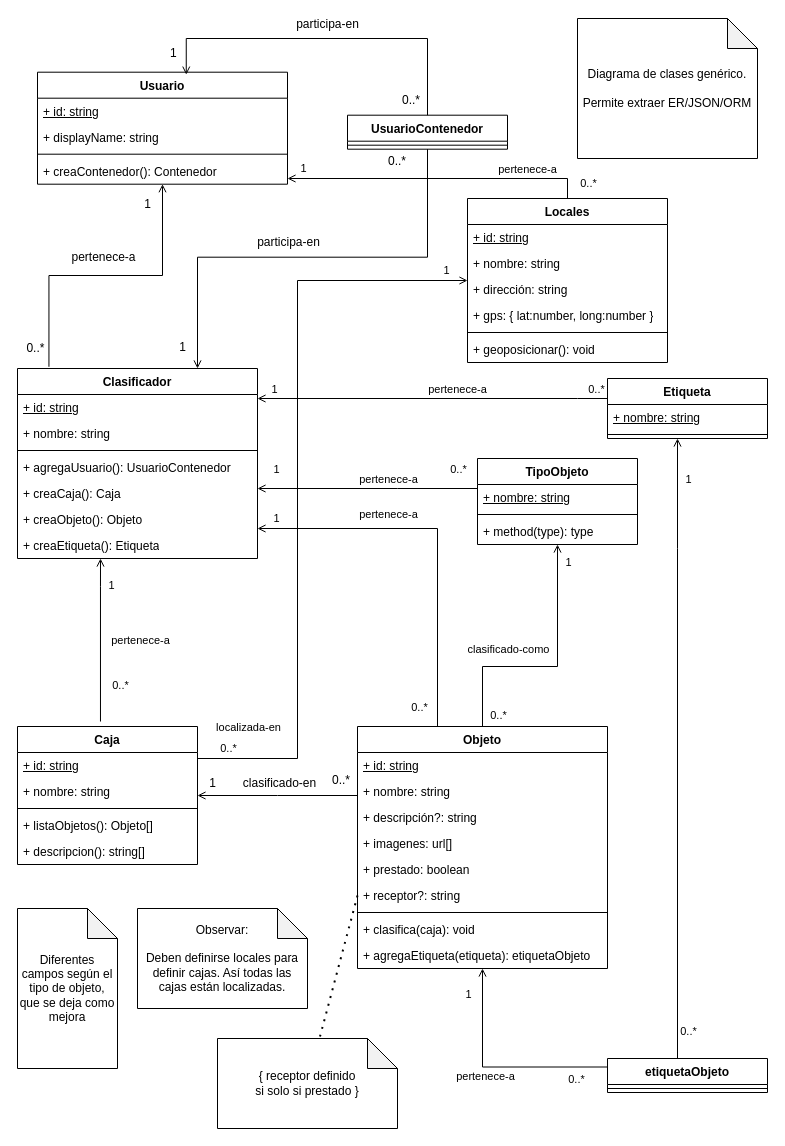
Above: doc/manifesto.drawio in raxware/ion-manifesto (draw.io), before the change. Source tidied: cells renumbered, new cells numbered last; positions are measured from the earlier drawing's top-left corner, leaving out a move shared by most shapes. Both pictures are drawn from the tidied source at 100%, with x=0, y=0 at pixel (17, 18).
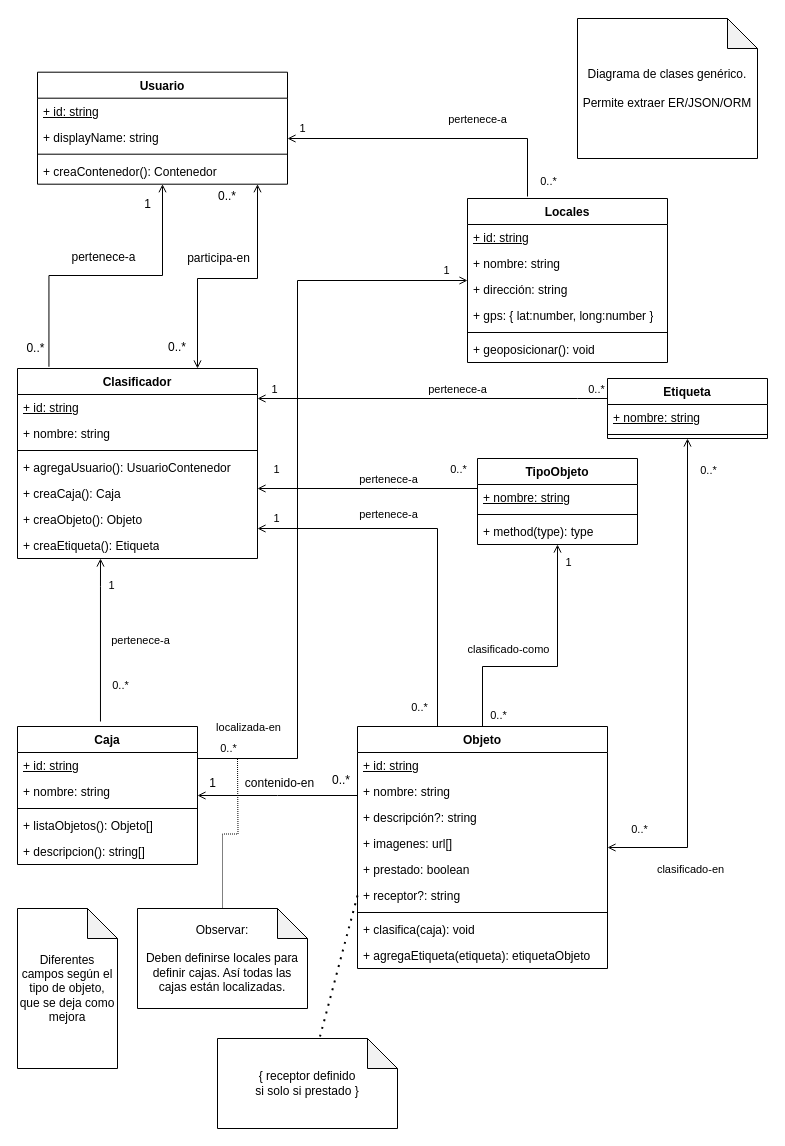
The same diagram, later.

Commit message (it also covers changes not shown here):
canvis reunió

Unchanged cells that the change refers to:
```xml
<mxCell id="2" value="Clasificador" style="swimlane;fontStyle=1;align=center;verticalAlign=top;horizontal=1;startSize=26;whiteSpace=wrap;html=1;" parent="1" vertex="1">
  <mxGeometry y="350" width="240" height="190" as="geometry" />
</mxCell>
<mxCell id="14" value="Objeto" style="swimlane;fontStyle=1;align=center;verticalAlign=top;horizontal=1;startSize=26;whiteSpace=wrap;html=1;" parent="1" vertex="1">
  <mxGeometry x="340" y="708" width="250" height="242" as="geometry" />
</mxCell>
<mxCell id="28" value="Usuario" style="swimlane;fontStyle=1;align=center;verticalAlign=top;horizontal=1;startSize=26;whiteSpace=wrap;html=1;" parent="1" vertex="1">
  <mxGeometry x="20" y="53.7" width="250" height="112" as="geometry" />
</mxCell>
<mxCell id="53" style="endArrow=open;shadow=0;strokeWidth=1;rounded=0;endFill=1;edgeStyle=elbowEdgeStyle;elbow=vertical;" parent="1" edge="1" source="14" target="47">
  <mxGeometry x="0.5" y="41" relative="1" as="geometry">
    <mxPoint x="-40" y="32" as="offset" />
  </mxGeometry>
</mxCell>
<mxCell id="65" value="Etiqueta" style="swimlane;fontStyle=1;align=center;verticalAlign=top;horizontal=1;startSize=26;whiteSpace=wrap;html=1;" parent="1" vertex="1">
  <mxGeometry x="590" y="360" width="160" height="60" as="geometry" />
</mxCell>
<mxCell id="95" value="Locales" style="swimlane;fontStyle=1;align=center;verticalAlign=top;horizontal=1;startSize=26;whiteSpace=wrap;html=1;" parent="1" vertex="1">
  <mxGeometry x="450" y="180" width="200" height="164" as="geometry" />
</mxCell>
<mxCell id="102" value="Observar:&lt;br&gt;&lt;br&gt;Deben definirse locales para definir cajas. Así todas las cajas están localizadas." style="shape=note;whiteSpace=wrap;html=1;backgroundOutline=1;darkOpacity=0.05;" parent="1" vertex="1">
  <mxGeometry x="120" y="890" width="170" height="100" as="geometry" />
</mxCell>
```

Change to the diagram source:
```diff
@@
-    <mxCell id="24" style="edgeStyle=orthogonalEdgeStyle;rounded=0;jettySize=auto;html=1;entryX=0.5;entryY=0;entryDx=0;entryDy=0;endArrow=none;endFill=0;startArrow=open;startFill=0;" parent="1" edge="1" source="28" target="95">
+    <mxCell id="24" style="edgeStyle=orthogonalEdgeStyle;rounded=0;jettySize=auto;html=1;entryX=0.3;entryY=-0.012;entryDx=0;entryDy=0;endArrow=none;endFill=0;startArrow=open;startFill=0;entryPerimeter=0;" parent="1" edge="1" source="28" target="95">
       <mxGeometry relative="1" as="geometry">
         <Array as="points">
-          <mxPoint x="550" y="160" />
+          <mxPoint x="510" y="120" />
         </Array>
       </mxGeometry>
     </mxCell>
@@
     <mxCell id="27" value="pertenece-a" style="edgeLabel;html=1;align=center;verticalAlign=middle;" parent="24" vertex="1">
       <mxGeometry x="-0.02" y="-1" relative="1" as="geometry">
-        <mxPoint x="92" y="-11" as="offset" />
+        <mxPoint x="43" y="-21" as="offset" />
       </mxGeometry>
     </mxCell>
@@
-    <mxCell id="37" value="UsuarioContenedor" style="swimlane;fontStyle=1;align=center;verticalAlign=top;horizontal=1;startSize=26;whiteSpace=wrap;html=1;" parent="1" vertex="1">
-      <mxGeometry x="330" y="96.7" width="160" height="34" as="geometry" />
-    </mxCell>
-    <mxCell id="38" style="line;strokeWidth=1;fillColor=none;align=left;verticalAlign=middle;spacingTop=-1;spacingLeft=3;spacingRight=3;labelPosition=right;strokeColor=inherit;" parent="37" vertex="1">
-      <mxGeometry y="26" width="160" height="8" as="geometry" />
-    </mxCell>
-    <mxCell id="39" style="endArrow=open;shadow=0;strokeWidth=1;rounded=0;endFill=1;edgeStyle=elbowEdgeStyle;elbow=vertical;entryX=0.595;entryY=0.022;entryDx=0;entryDy=0;exitX=0.5;exitY=0;exitDx=0;exitDy=0;entryPerimeter=0;" parent="1" edge="1" source="37" target="28">
-      <mxGeometry x="0.5" y="41" relative="1" as="geometry">
-        <Array as="points">
-          <mxPoint x="240" y="20" />
-        </Array>
-        <mxPoint x="-40" y="32" as="offset" />
-      </mxGeometry>
-    </mxCell>
-    <mxCell id="40" value="0..*" style="align=left;verticalAlign=bottom;labelBackgroundColor=none;fontSize=12;" parent="39" vertex="1">
-      <mxGeometry x="-1" relative="1" as="geometry">
-        <mxPoint x="-27" y="-7" as="offset" />
-      </mxGeometry>
-    </mxCell>
-    <mxCell id="41" value="1" style="align=right;verticalAlign=bottom;labelBackgroundColor=none;fontSize=12;" parent="39" vertex="1">
-      <mxGeometry x="1" relative="1" as="geometry">
-        <mxPoint x="-8" y="-13" as="offset" />
-      </mxGeometry>
-    </mxCell>
-    <mxCell id="42" value="participa-en" style="text;html=1;align=center;verticalAlign=middle;labelBackgroundColor=none;rounded=0;shadow=0;strokeWidth=1;fontSize=12;" parent="39" vertex="1">
-      <mxGeometry x="0.5" y="49" relative="1" as="geometry">
-        <mxPoint x="89" y="-64" as="offset" />
-      </mxGeometry>
-    </mxCell>
-    <mxCell id="43" style="endArrow=open;shadow=0;strokeWidth=1;rounded=0;endFill=1;edgeStyle=elbowEdgeStyle;elbow=vertical;entryX=0.75;entryY=0;entryDx=0;entryDy=0;exitX=0.5;exitY=1;exitDx=0;exitDy=0;" parent="1" edge="1" source="37" target="2">
+    <mxCell id="43" style="endArrow=open;shadow=0;strokeWidth=1;rounded=0;endFill=1;edgeStyle=elbowEdgeStyle;elbow=vertical;entryX=0.75;entryY=0;entryDx=0;entryDy=0;startArrow=open;startFill=0;" parent="1" edge="1" source="28" target="2">
       <mxGeometry x="0.5" y="41" relative="1" as="geometry">
         <Array as="points">
+          <mxPoint x="240" y="260" />
+          <mxPoint x="320" y="290" />
+          <mxPoint x="340" y="280" />
           <mxPoint x="364" y="238.7" />
         </Array>
         <mxPoint x="-40" y="32" as="offset" />
       </mxGeometry>
     </mxCell>
@@
-    <mxCell id="45" value="1" style="align=right;verticalAlign=bottom;labelBackgroundColor=none;fontSize=12;" parent="43" vertex="1">
+    <mxCell id="45" value="0..*" style="align=right;verticalAlign=bottom;labelBackgroundColor=none;fontSize=12;" parent="43" vertex="1">
       <mxGeometry x="1" relative="1" as="geometry">
         <mxPoint x="-10" y="-13" as="offset" />
       </mxGeometry>
     </mxCell>
     <mxCell id="46" value="participa-en" style="text;html=1;align=center;verticalAlign=middle;labelBackgroundColor=none;rounded=0;shadow=0;strokeWidth=1;fontSize=12;" parent="43" vertex="1">
       <mxGeometry x="0.5" y="49" relative="1" as="geometry">
-        <mxPoint x="89" y="-64" as="offset" />
+        <mxPoint x="-29" y="-49" as="offset" />
       </mxGeometry>
     </mxCell>
@@
-    <mxCell id="56" value="clasificado-en" style="text;html=1;align=center;verticalAlign=middle;labelBackgroundColor=none;rounded=0;shadow=0;strokeWidth=1;fontSize=12;" parent="53" vertex="1">
+    <mxCell id="56" value="contenido-en" style="text;html=1;align=center;verticalAlign=middle;labelBackgroundColor=none;rounded=0;shadow=0;strokeWidth=1;fontSize=12;" parent="53" vertex="1">
       <mxGeometry x="0.5" y="49" relative="1" as="geometry">
         <mxPoint x="41" y="-62" as="offset" />
       </mxGeometry>
     </mxCell>
@@
-    <mxCell id="72" style="edgeStyle=orthogonalEdgeStyle;rounded=0;jettySize=auto;html=1;endArrow=open;endFill=0;" parent="1" edge="1" source="75" target="65">
-      <mxGeometry relative="1" as="geometry">
-        <Array as="points">
-          <mxPoint x="660" y="530" />
-          <mxPoint x="660" y="530" />
-        </Array>
-      </mxGeometry>
-    </mxCell>
-    <mxCell id="73" value="0..*" style="edgeLabel;html=1;align=center;verticalAlign=middle;" parent="72" vertex="1">
-      <mxGeometry x="-0.91" relative="1" as="geometry">
-        <mxPoint x="10" as="offset" />
-      </mxGeometry>
-    </mxCell>
-    <mxCell id="74" value="1" style="edgeLabel;html=1;align=center;verticalAlign=middle;" parent="72" vertex="1">
-      <mxGeometry x="0.87" y="-3" relative="1" as="geometry">
-        <mxPoint x="7" as="offset" />
-      </mxGeometry>
-    </mxCell>
-    <mxCell id="75" value="etiquetaObjeto" style="swimlane;fontStyle=1;align=center;verticalAlign=top;horizontal=1;startSize=26;whiteSpace=wrap;html=1;" parent="1" vertex="1">
-      <mxGeometry x="590" y="1040" width="160" height="34" as="geometry" />
-    </mxCell>
-    <mxCell id="76" style="line;strokeWidth=1;fillColor=none;align=left;verticalAlign=middle;spacingTop=-1;spacingLeft=3;spacingRight=3;labelPosition=right;strokeColor=inherit;" parent="75" vertex="1">
-      <mxGeometry y="26" width="160" height="8" as="geometry" />
-    </mxCell>
-    <mxCell id="77" style="edgeStyle=orthogonalEdgeStyle;rounded=0;jettySize=auto;html=1;exitX=0;exitY=0.25;exitDx=0;exitDy=0;endArrow=open;endFill=0;" parent="1" edge="1" source="75" target="14">
-      <mxGeometry relative="1" as="geometry" />
+    <mxCell id="77" style="edgeStyle=orthogonalEdgeStyle;rounded=0;jettySize=auto;html=1;endArrow=open;endFill=0;startArrow=open;startFill=0;" parent="1" edge="1" source="65" target="14">
+      <mxGeometry relative="1" as="geometry">
+        <Array as="points">
+          <mxPoint x="670" y="829" />
+        </Array>
+      </mxGeometry>
     </mxCell>
-    <mxCell id="78" value="pertenece-a" style="edgeLabel;html=1;align=center;verticalAlign=middle;" parent="77" vertex="1">
+    <mxCell id="78" value="clasificado-en" style="edgeLabel;html=1;align=center;verticalAlign=middle;" parent="77" vertex="1">
       <mxGeometry x="0.1" y="2" relative="1" as="geometry">
-        <mxPoint y="7" as="offset" />
+        <mxPoint y="161" as="offset" />
       </mxGeometry>
     </mxCell>
     <mxCell id="79" value="0..*" style="edgeLabel;html=1;align=center;verticalAlign=middle;" parent="77" vertex="1">
       <mxGeometry x="-0.71" y="2" relative="1" as="geometry">
-        <mxPoint y="10" as="offset" />
+        <mxPoint x="18" y="-40" as="offset" />
       </mxGeometry>
     </mxCell>
-    <mxCell id="80" value="1" style="edgeLabel;html=1;align=center;verticalAlign=middle;" parent="77" vertex="1">
+    <mxCell id="80" value="0..*" style="edgeLabel;html=1;align=center;verticalAlign=middle;" parent="77" vertex="1">
       <mxGeometry x="0.78" y="2" relative="1" as="geometry">
-        <mxPoint x="-13" y="1" as="offset" />
+        <mxPoint x="-23" y="-21" as="offset" />
       </mxGeometry>
     </mxCell>
@@
+    <mxCell id="105" style="edgeStyle=orthogonalEdgeStyle;rounded=0;jettySize=auto;html=1;dashed=1;dashPattern=1 1;endArrow=none;endFill=0;" parent="1" edge="1" source="102">
+      <mxGeometry relative="1" as="geometry">
+        <mxPoint x="220" y="740" as="targetPoint" />
+      </mxGeometry>
+    </mxCell>
```
